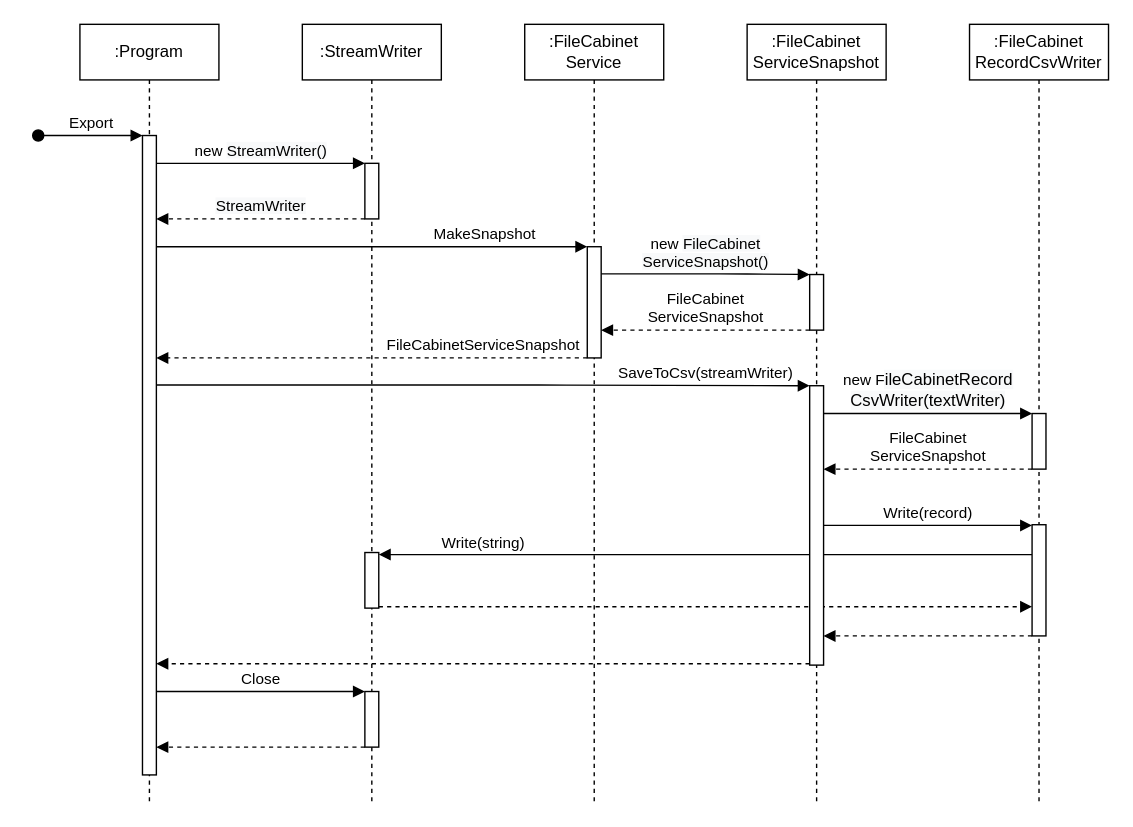
Earlier version of the draw.io diagram page "Export - Sequence" (6 of 20) of drawings.drawio (epam-dotnet-lab/file-cabinet-task). Source tidied: cells renumbered, new cells numbered last; positions are measured from the earlier drawing's top-left corner, leaving out a move shared by most shapes. Both pictures are drawn from the tidied source at 139%, with x=0, y=0 at pixel (38, 24).
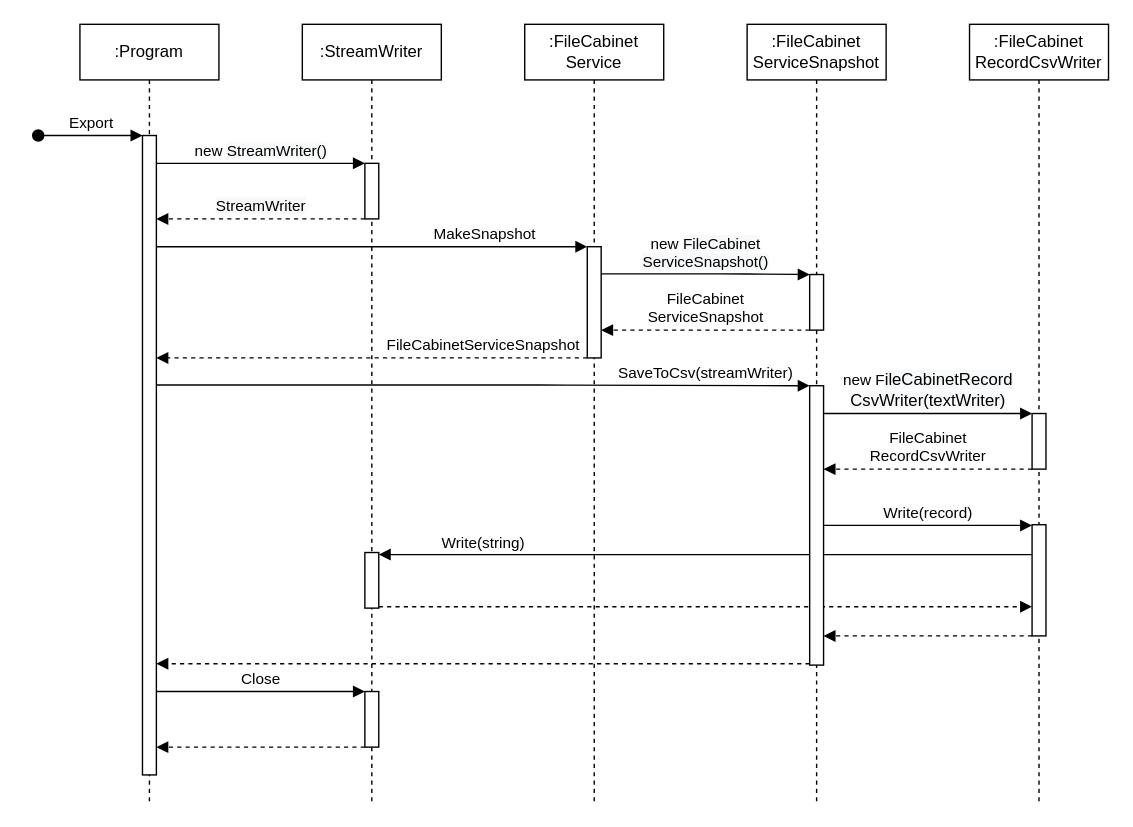
After the change.

Commit message (it also covers changes not shown here):
Fix return value in step06-export-csv-sequence.png.

The change refers to these unchanged cells:
```xml
<mxCell id="16" style="html=1;points=[];perimeter=orthogonalPerimeter;strokeColor=#000000;fillColor=#ffffff;" parent="15" vertex="1">
  <mxGeometry x="45" y="260" width="10" height="201" as="geometry" />
</mxCell>
<mxCell id="23" style="html=1;points=[];perimeter=orthogonalPerimeter;strokeColor=#000000;fillColor=#ffffff;" parent="21" vertex="1">
  <mxGeometry x="45" y="280" width="10" height="40" as="geometry" />
</mxCell>
```

Change to the diagram source:
```diff
@@
-    <mxCell id="32" value="FileCabinet&lt;br&gt;ServiceSnapshot" style="html=1;verticalAlign=bottom;endArrow=block;dashed=1;" parent="1" edge="1" source="23" target="16">
+    <mxCell id="32" value="FileCabinet&lt;br&gt;RecordCsvWriter" style="html=1;verticalAlign=bottom;endArrow=block;dashed=1;" parent="1" edge="1" source="23" target="16">
       <mxGeometry relative="1" as="geometry">
         <Array as="points">
           <mxPoint x="660" y="320" />
         </Array>
       </mxGeometry>
     </mxCell>
```
